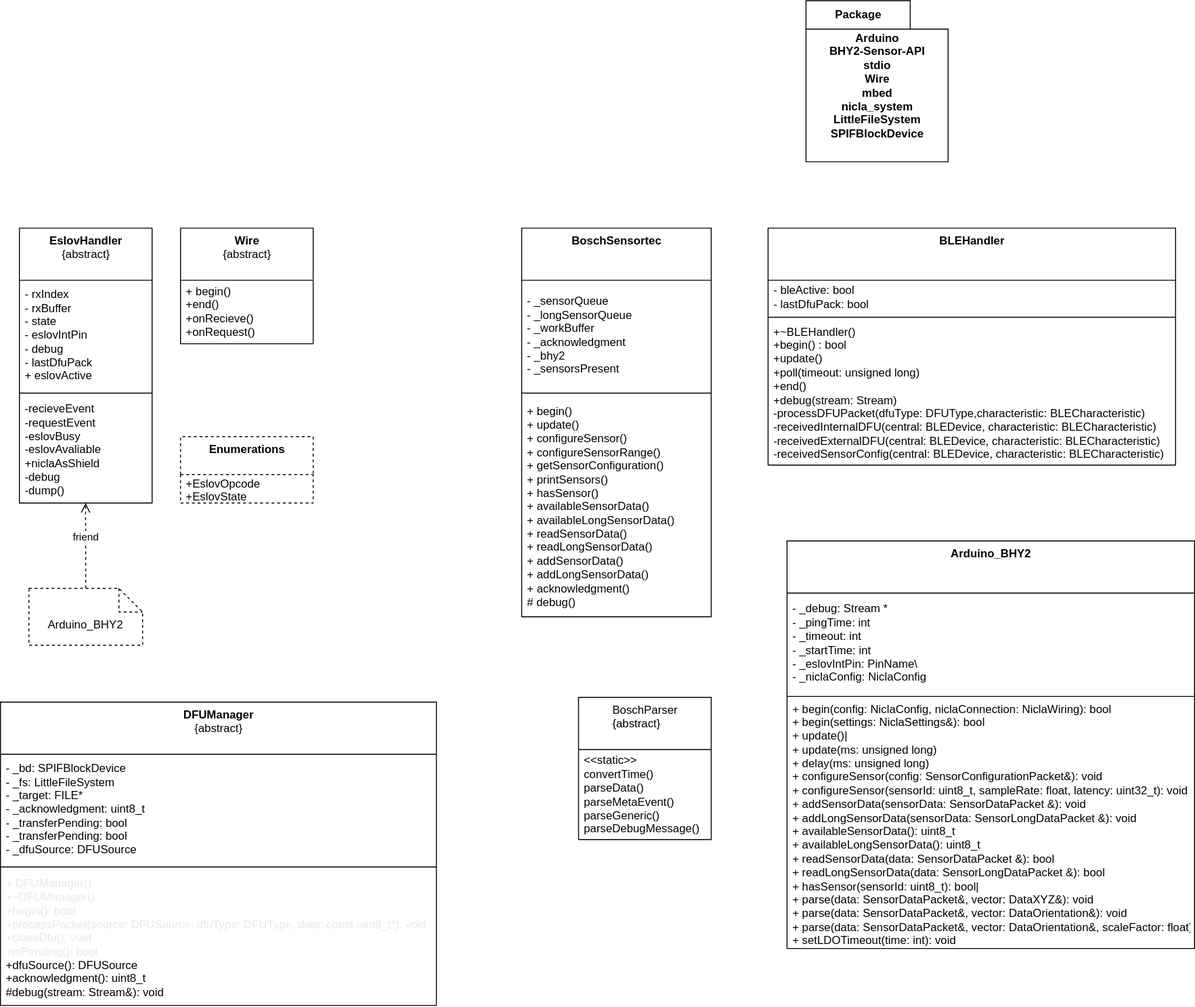
Above: Arduino_BHY2/Arduino_BHY2.UML.drawio.svg in arduino/nicla-sense-me-fw (draw.io), before the change. Source tidied: cells renumbered, new cells last; positions are measured from the earlier drawing's top-left corner, leaving out a move shared by most shapes.
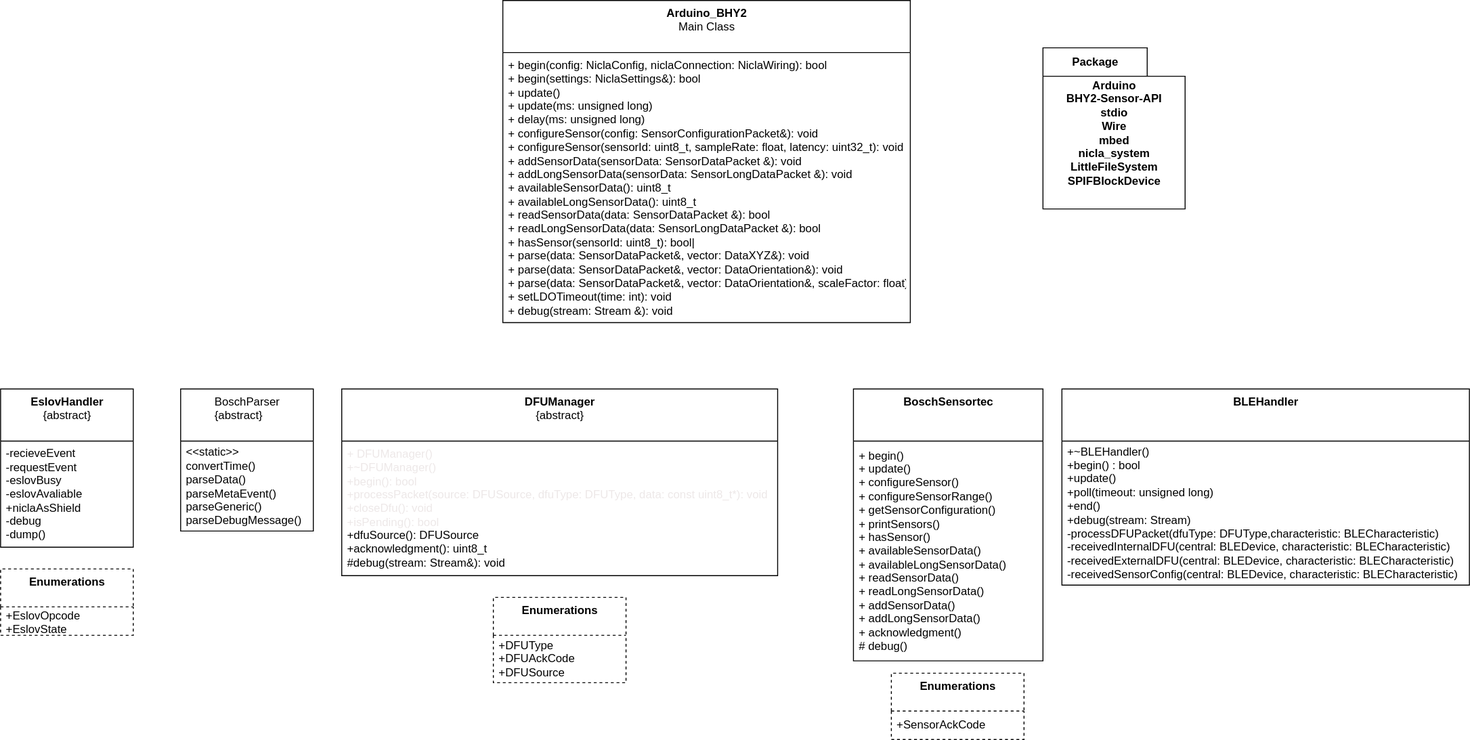
After the commit.

Diff of the diagram source:
```diff
@@ -3,99 +3,66 @@
     <mxCell id="0" />
     <mxCell id="1" parent="0" />
     <mxCell id="2" value="&lt;b&gt;EslovHandler&lt;br&gt;&lt;/b&gt;{abstract}" style="swimlane;fontStyle=0;align=center;verticalAlign=top;horizontal=1;startSize=55;html=1;" parent="1" vertex="1">
-      <mxGeometry x="20" y="240" width="140" height="290" as="geometry" />
+      <mxGeometry x="-100" y="140" width="140" height="167" as="geometry" />
     </mxCell>
-    <mxCell id="3" value="- rxIndex&lt;br&gt;- rxBuffer&lt;br&gt;- state&lt;br&gt;- eslovIntPin&lt;br&gt;- debug&lt;br&gt;- lastDfuPack&lt;br&gt;+ eslovActive" style="text;html=1;strokeColor=none;fillColor=none;align=left;verticalAlign=middle;spacingLeft=4;spacingRight=4;overflow=hidden;" parent="2" vertex="1">
-      <mxGeometry y="55" width="140" height="115" as="geometry" />
-    </mxCell>
-    <mxCell id="4" style="line;strokeWidth=1;fillColor=none;align=left;verticalAlign=middle;spacingTop=-1;spacingLeft=3;spacingRight=3;labelPosition=right;" parent="2" vertex="1">
-      <mxGeometry y="170" width="140" height="8" as="geometry" />
-    </mxCell>
     <mxCell id="5" value="-recieveEvent&lt;br&gt;-requestEvent&lt;br&gt;-eslovBusy&lt;br&gt;-eslovAvaliable&lt;br&gt;+niclaAsShield&lt;br&gt;-debug&lt;br&gt;-dump()" style="text;html=1;strokeColor=none;fillColor=none;align=left;verticalAlign=middle;spacingLeft=4;spacingRight=4;overflow=hidden;" parent="2" vertex="1">
-      <mxGeometry y="178" width="140" height="112" as="geometry" />
+      <mxGeometry y="55" width="140" height="112" as="geometry" />
     </mxCell>
-    <mxCell id="6" value="&lt;b&gt;Wire&lt;br&gt;&lt;/b&gt;{abstract}" style="swimlane;fontStyle=0;align=center;verticalAlign=top;horizontal=1;startSize=55;html=1;" parent="1" vertex="1">
-      <mxGeometry x="190" y="240" width="140" height="122" as="geometry" />
-    </mxCell>
-    <mxCell id="7" value="+ begin()&lt;br&gt;+end()&lt;br&gt;+onRecieve()&lt;br&gt;+onRequest()" style="text;html=1;strokeColor=none;fillColor=none;align=left;verticalAlign=middle;spacingLeft=4;spacingRight=4;overflow=hidden;" parent="6" vertex="1">
-      <mxGeometry y="55" width="140" height="67" as="geometry" />
-    </mxCell>
-    <mxCell id="8" value="friend" style="html=1;verticalAlign=bottom;endArrow=open;dashed=1;endSize=8;" parent="1" edge="1">
-      <mxGeometry relative="1" as="geometry">
-        <mxPoint x="90" y="620" as="sourcePoint" />
-        <mxPoint x="89.8" y="530" as="targetPoint" />
-      </mxGeometry>
-    </mxCell>
-    <mxCell id="9" value="Arduino_BHY2" style="shape=note2;boundedLbl=1;whiteSpace=wrap;html=1;size=25;verticalAlign=top;align=center;rounded=0;dashed=1;" parent="1" vertex="1">
-      <mxGeometry x="30" y="620" width="120" height="60" as="geometry" />
-    </mxCell>
     <mxCell id="10" value="&lt;b&gt;Enumerations&lt;/b&gt;" style="swimlane;fontStyle=0;align=center;verticalAlign=top;horizontal=1;startSize=40;html=1;rounded=0;dashed=1;" parent="1" vertex="1">
-      <mxGeometry x="190" y="460" width="140" height="70" as="geometry" />
+      <mxGeometry x="-100" y="330" width="140" height="70" as="geometry" />
     </mxCell>
     <mxCell id="11" value="+EslovOpcode&lt;br&gt;+EslovState" style="text;html=1;strokeColor=none;fillColor=none;align=left;verticalAlign=middle;spacingLeft=4;spacingRight=4;overflow=hidden;rounded=0;dashed=1;" parent="10" vertex="1">
       <mxGeometry y="40" width="140" height="30" as="geometry" />
     </mxCell>
     <mxCell id="12" value="&lt;b&gt;DFUManager&lt;br&gt;&lt;/b&gt;{abstract}" style="swimlane;fontStyle=0;align=center;verticalAlign=top;horizontal=1;startSize=55;html=1;" parent="1" vertex="1">
-      <mxGeometry y="740" width="460" height="320" as="geometry" />
+      <mxGeometry x="260" y="140" width="460" height="197" as="geometry" />
     </mxCell>
-    <mxCell id="13" value="- _bd: SPIFBlockDevice&lt;br&gt;- _fs: LittleFileSystem&lt;br&gt;- _target: FILE*&lt;br&gt;- _acknowledgment: uint8_t&lt;br&gt;- _transferPending: bool&lt;br&gt;- _transferPending: bool&lt;br&gt;-&amp;nbsp;_dfuSource: DFUSource&lt;br&gt;" style="text;html=1;strokeColor=none;fillColor=none;align=left;verticalAlign=middle;spacingLeft=4;spacingRight=4;overflow=hidden;" parent="12" vertex="1">
-      <mxGeometry y="55" width="460" height="115" as="geometry" />
-    </mxCell>
-    <mxCell id="14" style="line;strokeWidth=1;fillColor=none;align=left;verticalAlign=middle;spacingTop=-1;spacingLeft=3;spacingRight=3;labelPosition=right;" parent="12" vertex="1">
-      <mxGeometry y="170" width="460" height="8" as="geometry" />
-    </mxCell>
     <mxCell id="15" value="&lt;font color=&quot;#ede8e8&quot; style=&quot;&quot;&gt;+ DFUManager()&lt;br&gt;+~DFUManager()&lt;br&gt;+begin(): bool&lt;br&gt;+processPacket(source: DFUSource, dfuType: DFUType, data: const uint8_t*): void&lt;br&gt;&lt;/font&gt;&lt;span style=&quot;border: 0px solid rgb(217, 217, 227); box-sizing: border-box; --tw-border-spacing-x:0; --tw-border-spacing-y:0; --tw-translate-x:0; --tw-translate-y:0; --tw-rotate:0; --tw-skew-x:0; --tw-skew-y:0; --tw-scale-x:1; --tw-scale-y:1; --tw-pan-x: ; --tw-pan-y: ; --tw-pinch-zoom: ; --tw-scroll-snap-strictness:proximity; --tw-ordinal: ; --tw-slashed-zero: ; --tw-numeric-figure: ; --tw-numeric-spacing: ; --tw-numeric-fraction: ; --tw-ring-inset: ; --tw-ring-offset-width:0px; --tw-ring-offset-color:#fff; --tw-ring-color:rgba(59,130,246,0.5); --tw-ring-offset-shadow:0 0 transparent; --tw-ring-shadow:0 0 transparent; --tw-shadow:0 0 transparent; --tw-shadow-colored:0 0 transparent; --tw-blur: ; --tw-brightness: ; --tw-contrast: ; --tw-grayscale: ; --tw-hue-rotate: ; --tw-invert: ; --tw-saturate: ; --tw-sepia: ; --tw-drop-shadow: ; --tw-backdrop-blur: ; --tw-backdrop-brightness: ; --tw-backdrop-contrast: ; --tw-backdrop-grayscale: ; --tw-backdrop-hue-rotate: ; --tw-backdrop-invert: ; --tw-backdrop-opacity: ; --tw-backdrop-saturate: ; --tw-backdrop-sepia: ;&quot; class=&quot;hljs-type&quot;&gt;&lt;font color=&quot;#ede8e8&quot;&gt;+closeDfu(): void&lt;br&gt;+isPending(): bool&lt;br&gt;&lt;/font&gt;+dfuSource(): DFUSource&lt;br&gt;+acknowledgment(): uint8_t &lt;br&gt;#debug(stream: Stream&amp;amp;): void&lt;br&gt;&lt;/span&gt;" style="text;html=1;strokeColor=none;fillColor=none;align=left;verticalAlign=middle;spacingLeft=4;spacingRight=4;overflow=hidden;" parent="12" vertex="1">
-      <mxGeometry y="178" width="460" height="142" as="geometry" />
+      <mxGeometry y="55" width="460" height="142" as="geometry" />
     </mxCell>
     <mxCell id="16" value="&lt;b&gt;BoschSensortec&lt;br&gt;&lt;/b&gt;" style="swimlane;fontStyle=0;align=center;verticalAlign=top;horizontal=1;startSize=55;html=1;" parent="1" vertex="1">
-      <mxGeometry x="550" y="240" width="200" height="410" as="geometry" />
+      <mxGeometry x="800" y="140" width="200" height="287" as="geometry" />
     </mxCell>
-    <mxCell id="17" value="- _sensorQueue&lt;br&gt;- _longSensorQueue&lt;br&gt;- _workBuffer&lt;br&gt;- _acknowledgment &lt;br&gt;- _bhy2&lt;br&gt;- _sensorsPresent" style="text;html=1;strokeColor=none;fillColor=none;align=left;verticalAlign=middle;spacingLeft=4;spacingRight=4;overflow=hidden;" parent="16" vertex="1">
-      <mxGeometry y="55" width="200" height="115" as="geometry" />
-    </mxCell>
-    <mxCell id="18" style="line;strokeWidth=1;fillColor=none;align=left;verticalAlign=middle;spacingTop=-1;spacingLeft=3;spacingRight=3;labelPosition=right;" parent="16" vertex="1">
-      <mxGeometry y="170" width="200" height="8" as="geometry" />
-    </mxCell>
     <mxCell id="19" value="+ begin()&lt;br&gt;+ update()&lt;br&gt;+ configureSensor()&lt;br&gt;+ configureSensorRange()&lt;br&gt;+ getSensorConfiguration()&lt;br&gt;+ printSensors()&lt;br&gt;+ hasSensor()&lt;br&gt;+ availableSensorData()&lt;br&gt;+ availableLongSensorData()&lt;br&gt;+ readSensorData()&lt;br&gt;+ readLongSensorData()&lt;br&gt;+ addSensorData() &lt;br&gt;+ addLongSensorData()&lt;br&gt;&amp;nbsp;+ acknowledgment()&lt;br&gt;# debug()" style="text;html=1;strokeColor=none;fillColor=none;align=left;verticalAlign=middle;spacingLeft=4;spacingRight=4;overflow=hidden;" parent="16" vertex="1">
-      <mxGeometry y="178" width="200" height="232" as="geometry" />
+      <mxGeometry y="55" width="200" height="232" as="geometry" />
     </mxCell>
     <mxCell id="20" value="&lt;span style=&quot;text-align: left;&quot;&gt;BoschParser&lt;br&gt;&lt;div style=&quot;text-align: left;&quot;&gt;&lt;span style=&quot;background-color: initial; text-align: center;&quot;&gt;{abstract}&lt;/span&gt;&lt;/div&gt;&lt;/span&gt;" style="swimlane;fontStyle=0;align=center;verticalAlign=top;horizontal=1;startSize=55;html=1;" parent="1" vertex="1">
-      <mxGeometry x="610" y="735" width="140" height="150" as="geometry" />
+      <mxGeometry x="90" y="140" width="140" height="150" as="geometry" />
     </mxCell>
     <mxCell id="21" value="&amp;lt;&amp;lt;static&amp;gt;&amp;gt;&lt;br&gt;convertTime()&lt;br&gt;parseData()&lt;br&gt;parseMetaEvent()&lt;br&gt;parseGeneric()&lt;br&gt;parseDebugMessage()&amp;nbsp;" style="text;html=1;strokeColor=none;fillColor=none;align=left;verticalAlign=middle;spacingLeft=4;spacingRight=4;overflow=hidden;" parent="20" vertex="1">
       <mxGeometry y="55" width="140" height="95" as="geometry" />
     </mxCell>
     <mxCell id="22" value="&lt;b&gt;BLEHandler&lt;br&gt;&lt;/b&gt;" style="swimlane;fontStyle=0;align=center;verticalAlign=top;horizontal=1;startSize=55;html=1;" parent="1" vertex="1">
-      <mxGeometry x="810" y="240" width="430" height="250" as="geometry" />
+      <mxGeometry x="1020" y="140" width="430" height="207" as="geometry" />
     </mxCell>
-    <mxCell id="23" value="- bleActive: bool&lt;br&gt;- lastDfuPack: bool" style="text;html=1;strokeColor=none;fillColor=none;align=left;verticalAlign=middle;spacingLeft=4;spacingRight=4;overflow=hidden;" parent="22" vertex="1">
-      <mxGeometry y="55" width="430" height="35" as="geometry" />
-    </mxCell>
-    <mxCell id="24" style="line;strokeWidth=1;fillColor=none;align=left;verticalAlign=middle;spacingTop=-1;spacingLeft=3;spacingRight=3;labelPosition=right;" parent="22" vertex="1">
-      <mxGeometry y="90" width="430" height="8" as="geometry" />
-    </mxCell>
     <mxCell id="25" value="+~BLEHandler()&lt;br&gt;+begin() : bool&lt;br&gt;+update()&lt;br&gt;+poll(timeout: unsigned long)&lt;br&gt;+end()&lt;br&gt;+debug(stream: Stream)&lt;br&gt;-processDFUPacket(dfuType: DFUType,characteristic: BLECharacteristic)&lt;br&gt;-receivedInternalDFU(central: BLEDevice, characteristic: BLECharacteristic)&lt;br&gt;-receivedExternalDFU(central: BLEDevice, characteristic: BLECharacteristic)&lt;br&gt;-receivedSensorConfig(central: BLEDevice, characteristic: BLECharacteristic)" style="text;html=1;strokeColor=none;fillColor=none;align=left;verticalAlign=middle;spacingLeft=4;spacingRight=4;overflow=hidden;" parent="22" vertex="1">
-      <mxGeometry y="98" width="430" height="152" as="geometry" />
+      <mxGeometry y="55" width="430" height="152" as="geometry" />
     </mxCell>
-    <mxCell id="26" value="&lt;b&gt;Arduino_BHY2&lt;br&gt;&lt;/b&gt;" style="swimlane;fontStyle=0;align=center;verticalAlign=top;horizontal=1;startSize=55;html=1;" parent="1" vertex="1">
-      <mxGeometry x="830" y="570" width="430" height="430" as="geometry" />
+    <mxCell id="26" value="&lt;b&gt;Arduino_BHY2&lt;/b&gt;&lt;br&gt;Main Class" style="swimlane;fontStyle=0;align=center;verticalAlign=top;horizontal=1;startSize=55;html=1;" parent="1" vertex="1">
+      <mxGeometry x="430" y="-270" width="430" height="340" as="geometry" />
     </mxCell>
-    <mxCell id="27" value="- _debug: Stream *&lt;br&gt;- _pingTime: int&amp;nbsp;&lt;br&gt;&amp;nbsp;- _timeout: int&lt;br&gt;- _startTime: int &lt;br&gt;- _eslovIntPin: PinName\&lt;br&gt;- _niclaConfig: NiclaConfig" style="text;html=1;strokeColor=none;fillColor=none;align=left;verticalAlign=middle;spacingLeft=4;spacingRight=4;overflow=hidden;" parent="26" vertex="1">
-      <mxGeometry y="55" width="430" height="105" as="geometry" />
-    </mxCell>
-    <mxCell id="28" style="line;strokeWidth=1;fillColor=none;align=left;verticalAlign=middle;spacingTop=-1;spacingLeft=3;spacingRight=3;labelPosition=right;" parent="26" vertex="1">
-      <mxGeometry y="160" width="430" height="8" as="geometry" />
-    </mxCell>
-    <mxCell id="29" value="+ begin(config: NiclaConfig, niclaConnection: NiclaWiring): bool&lt;br&gt;+ begin(settings: NiclaSettings&amp;amp;): bool&lt;br&gt;+ update()|&lt;br&gt;+ update(ms: unsigned long)&lt;br&gt;+ delay(ms: unsigned long)&lt;br&gt;+ configureSensor(config: SensorConfigurationPacket&amp;amp;): void&lt;br&gt;+ configureSensor(sensorId: uint8_t, sampleRate: float, latency: uint32_t): void&lt;br&gt;+ addSensorData(sensorData: SensorDataPacket &amp;amp;): void&lt;br&gt;+ addLongSensorData(sensorData: SensorLongDataPacket &amp;amp;): void&lt;br&gt;+ availableSensorData(): uint8_t&lt;br&gt;+ availableLongSensorData(): uint8_t&lt;br&gt;+ readSensorData(data: SensorDataPacket &amp;amp;): bool&lt;br&gt;+ readLongSensorData(data: SensorLongDataPacket &amp;amp;): bool&lt;br&gt;+ hasSensor(sensorId: uint8_t): bool|&lt;br&gt;+ parse(data: SensorDataPacket&amp;amp;, vector: DataXYZ&amp;amp;): void&lt;br&gt;+ parse(data: SensorDataPacket&amp;amp;, vector: DataOrientation&amp;amp;): void&lt;br&gt;+ parse(data: SensorDataPacket&amp;amp;, vector: DataOrientation&amp;amp;, scaleFactor: float): void&lt;br&gt;+ setLDOTimeout(time: int): void&lt;br&gt;+ debug(stream: Stream &amp;amp;): void" style="text;html=1;strokeColor=none;fillColor=none;align=left;verticalAlign=middle;spacingLeft=4;spacingRight=4;overflow=hidden;" parent="26" vertex="1">
-      <mxGeometry y="168" width="430" height="262" as="geometry" />
+    <mxCell id="29" value="+ begin(config: NiclaConfig, niclaConnection: NiclaWiring): bool&lt;br&gt;+ begin(settings: NiclaSettings&amp;amp;): bool&lt;br&gt;+ update()&lt;br&gt;+ update(ms: unsigned long)&lt;br&gt;+ delay(ms: unsigned long)&lt;br&gt;+ configureSensor(config: SensorConfigurationPacket&amp;amp;): void&lt;br&gt;+ configureSensor(sensorId: uint8_t, sampleRate: float, latency: uint32_t): void&lt;br&gt;+ addSensorData(sensorData: SensorDataPacket &amp;amp;): void&lt;br&gt;+ addLongSensorData(sensorData: SensorLongDataPacket &amp;amp;): void&lt;br&gt;+ availableSensorData(): uint8_t&lt;br&gt;+ availableLongSensorData(): uint8_t&lt;br&gt;+ readSensorData(data: SensorDataPacket &amp;amp;): bool&lt;br&gt;+ readLongSensorData(data: SensorLongDataPacket &amp;amp;): bool&lt;br&gt;+ hasSensor(sensorId: uint8_t): bool|&lt;br&gt;+ parse(data: SensorDataPacket&amp;amp;, vector: DataXYZ&amp;amp;): void&lt;br&gt;+ parse(data: SensorDataPacket&amp;amp;, vector: DataOrientation&amp;amp;): void&lt;br&gt;+ parse(data: SensorDataPacket&amp;amp;, vector: DataOrientation&amp;amp;, scaleFactor: float): void&lt;br&gt;+ setLDOTimeout(time: int): void&lt;br&gt;+ debug(stream: Stream &amp;amp;): void" style="text;html=1;strokeColor=none;fillColor=none;align=left;verticalAlign=middle;spacingLeft=4;spacingRight=4;overflow=hidden;" parent="26" vertex="1">
+      <mxGeometry y="55" width="430" height="285" as="geometry" />
     </mxCell>
     <mxCell id="30" value="Package" style="shape=folder;fontStyle=1;tabWidth=110;tabHeight=30;tabPosition=left;html=1;boundedLbl=1;labelInHeader=1;" parent="1" vertex="1">
-      <mxGeometry x="850" width="150" height="170" as="geometry" />
+      <mxGeometry x="1000" y="-220" width="150" height="170" as="geometry" />
     </mxCell>
     <mxCell id="31" value="&lt;span style=&quot;font-weight: 700;&quot;&gt;Arduino&lt;/span&gt;&lt;br style=&quot;font-weight: 700;&quot;&gt;&lt;span style=&quot;font-weight: 700;&quot;&gt;BHY2-Sensor-API&lt;/span&gt;&lt;br style=&quot;font-weight: 700;&quot;&gt;&lt;span style=&quot;font-weight: 700;&quot;&gt;stdio&lt;/span&gt;&lt;br style=&quot;font-weight: 700;&quot;&gt;&lt;span style=&quot;font-weight: 700;&quot;&gt;Wire&lt;/span&gt;&lt;br style=&quot;font-weight: 700;&quot;&gt;&lt;span style=&quot;font-weight: 700;&quot;&gt;mbed&lt;/span&gt;&lt;br style=&quot;font-weight: 700;&quot;&gt;&lt;span style=&quot;font-weight: 700;&quot;&gt;nicla_system&lt;/span&gt;&lt;br style=&quot;font-weight: 700;&quot;&gt;&lt;span style=&quot;font-weight: 700;&quot;&gt;LittleFileSystem&lt;/span&gt;&lt;br style=&quot;font-weight: 700;&quot;&gt;&lt;span style=&quot;font-weight: 700;&quot;&gt;SPIFBlockDevice&lt;/span&gt;" style="html=1;strokeColor=none;fillColor=none;" parent="30" vertex="1">
       <mxGeometry width="150" height="119" relative="1" as="geometry">
         <mxPoint y="30" as="offset" />
       </mxGeometry>
     </mxCell>
+    <mxCell id="32" value="&lt;b&gt;Enumerations&lt;/b&gt;" style="swimlane;fontStyle=0;align=center;verticalAlign=top;horizontal=1;startSize=40;html=1;rounded=0;dashed=1;" parent="1" vertex="1">
+      <mxGeometry x="840" y="440" width="140" height="70" as="geometry" />
+    </mxCell>
+    <mxCell id="33" value="+SensorAckCode" style="text;html=1;strokeColor=none;fillColor=none;align=left;verticalAlign=middle;spacingLeft=4;spacingRight=4;overflow=hidden;rounded=0;dashed=1;" parent="32" vertex="1">
+      <mxGeometry y="40" width="140" height="30" as="geometry" />
+    </mxCell>
+    <mxCell id="34" value="&lt;b&gt;Enumerations&lt;/b&gt;" style="swimlane;fontStyle=0;align=center;verticalAlign=top;horizontal=1;startSize=40;html=1;rounded=0;dashed=1;" parent="1" vertex="1">
+      <mxGeometry x="420" y="360" width="140" height="90" as="geometry" />
+    </mxCell>
+    <mxCell id="35" value="+DFUType&lt;br&gt;+DFUAckCode&lt;br&gt;+DFUSource" style="text;html=1;strokeColor=none;fillColor=none;align=left;verticalAlign=middle;spacingLeft=4;spacingRight=4;overflow=hidden;rounded=0;dashed=1;" parent="34" vertex="1">
+      <mxGeometry y="40" width="140" height="50" as="geometry" />
+    </mxCell>
   </root>
 </mxGraphModel>
```
